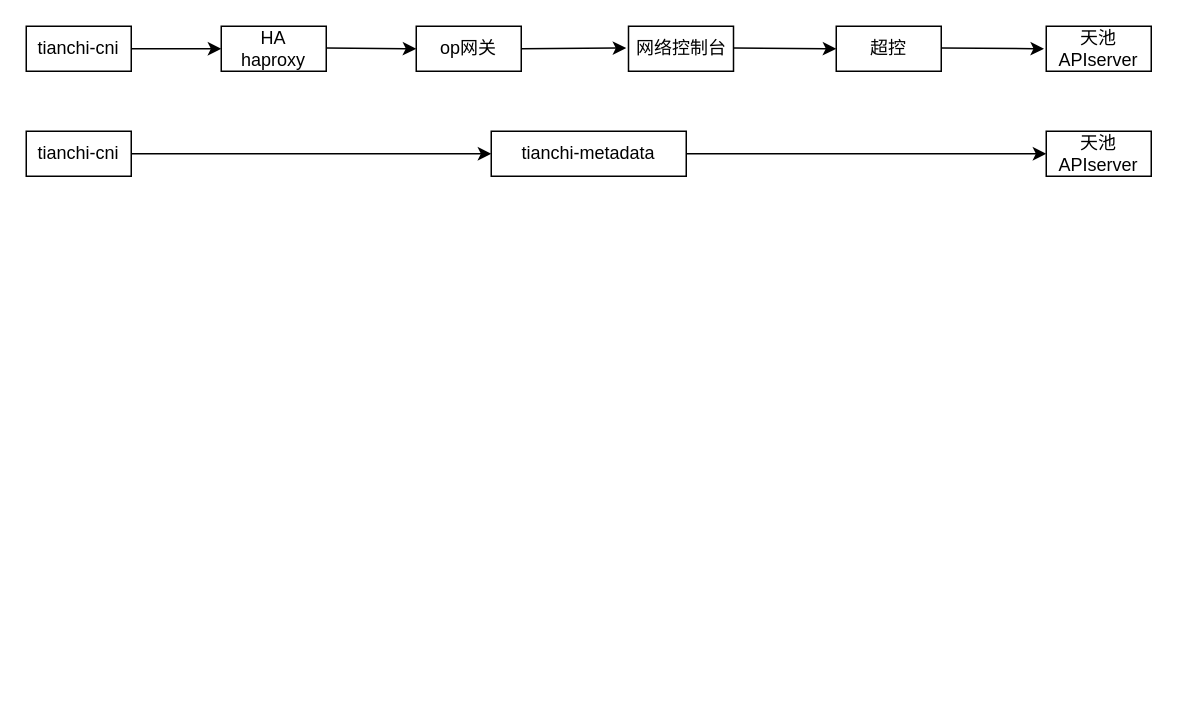
The draw.io diagram tianchi-liucheng.drawio in cola1998/CSDN-, before the edit. Source tidied: cells renumbered, new cells numbered last; positions are measured from the earlier drawing's top-left corner, leaving out a move shared by most shapes. Both pictures are drawn from the tidied source at 150%, with x=0, y=0 at pixel (26, 26).
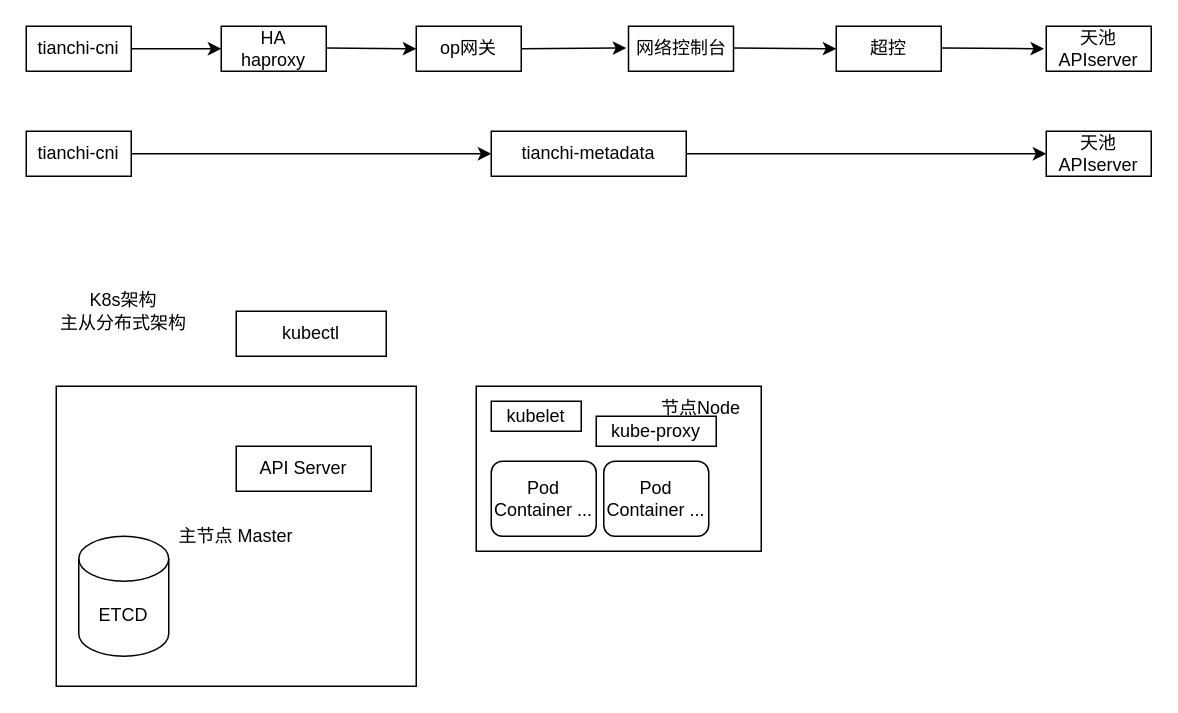
The same page after the edit.

Change to the diagram source:
```diff
@@
+    <mxCell id="19" value="主节点 Master" style="rounded=0;whiteSpace=wrap;html=1;" parent="1" vertex="1">
+      <mxGeometry x="20" y="240" width="240" height="200" as="geometry" />
+    </mxCell>
+    <mxCell id="20" value="K8s架构&lt;br&gt;主从分布式架构" style="text;html=1;strokeColor=none;fillColor=none;align=center;verticalAlign=middle;whiteSpace=wrap;rounded=0;" parent="1" vertex="1">
+      <mxGeometry x="20" y="160" width="90" height="60" as="geometry" />
+    </mxCell>
+    <mxCell id="21" value="API Server" style="rounded=0;whiteSpace=wrap;html=1;" parent="1" vertex="1">
+      <mxGeometry x="140" y="280" width="90" height="30" as="geometry" />
+    </mxCell>
+    <mxCell id="22" value="kubectl" style="rounded=0;whiteSpace=wrap;html=1;" parent="1" vertex="1">
+      <mxGeometry x="140" y="190" width="100" height="30" as="geometry" />
+    </mxCell>
+    <mxCell id="23" value="ETCD" style="shape=cylinder3;whiteSpace=wrap;html=1;boundedLbl=1;backgroundOutline=1;size=15;" parent="1" vertex="1">
+      <mxGeometry x="35" y="340" width="60" height="80" as="geometry" />
+    </mxCell>
+    <mxCell id="24" style="rounded=0;whiteSpace=wrap;html=1;" parent="1" vertex="1">
+      <mxGeometry x="300" y="240" width="190" height="110" as="geometry" />
+    </mxCell>
+    <mxCell id="25" value="节点Node" style="text;html=1;strokeColor=none;fillColor=none;align=center;verticalAlign=middle;whiteSpace=wrap;rounded=0;" parent="1" vertex="1">
+      <mxGeometry x="420" y="240" width="60" height="30" as="geometry" />
+    </mxCell>
+    <mxCell id="26" value="kubelet" style="rounded=0;whiteSpace=wrap;html=1;" parent="1" vertex="1">
+      <mxGeometry x="310" y="250" width="60" height="20" as="geometry" />
+    </mxCell>
+    <mxCell id="27" value="kube-proxy" style="rounded=0;whiteSpace=wrap;html=1;" parent="1" vertex="1">
+      <mxGeometry x="380" y="260" width="80" height="20" as="geometry" />
+    </mxCell>
+    <mxCell id="28" value="Pod&lt;br&gt;Container ..." style="rounded=1;whiteSpace=wrap;html=1;" parent="1" vertex="1">
+      <mxGeometry x="310" y="290" width="70" height="50" as="geometry" />
+    </mxCell>
+    <mxCell id="29" value="Pod&lt;br&gt;Container ..." style="rounded=1;whiteSpace=wrap;html=1;" parent="1" vertex="1">
+      <mxGeometry x="385" y="290" width="70" height="50" as="geometry" />
+    </mxCell>
```
